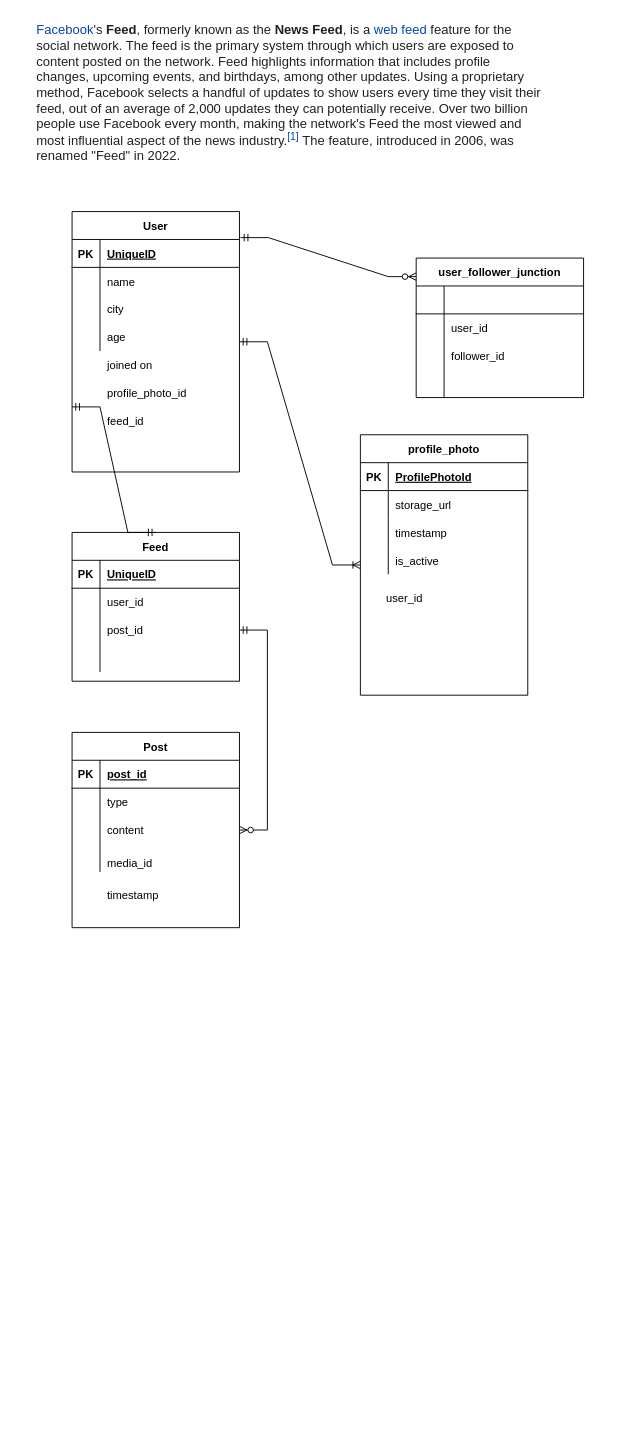
Before: Facebook Newsfeed 1.drawio in rajdeepd/draw_io, a draw.io diagram. Source tidied: cells renumbered, new cells numbered last; positions are measured from the earlier drawing's top-left corner, leaving out a move shared by most shapes. Both pictures are drawn from the tidied source at 93%, with x=0, y=0 at pixel (34, 16).
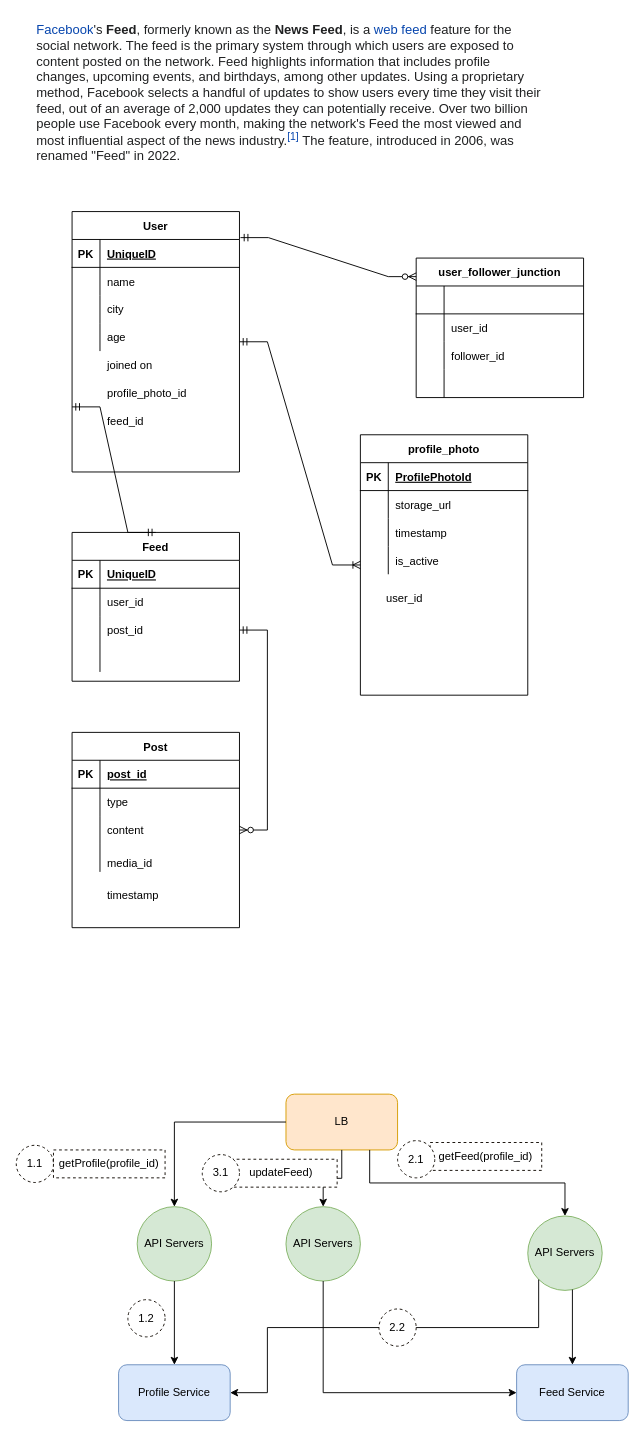
After the change.

What changed in the source:
```diff
@@
+    <mxCell id="78" value="LB" style="rounded=1;whiteSpace=wrap;html=1;fillColor=#ffe6cc;strokeColor=#d79b00;" parent="1" vertex="1">
+      <mxGeometry x="270" y="1159" width="120" height="60" as="geometry" />
+    </mxCell>
+    <mxCell id="79" value="API Servers" style="ellipse;whiteSpace=wrap;html=1;fillColor=#d5e8d4;strokeColor=#82b366;" parent="1" vertex="1">
+      <mxGeometry x="110" y="1280" width="80" height="80" as="geometry" />
+    </mxCell>
+    <mxCell id="80" value="API Servers" style="ellipse;whiteSpace=wrap;html=1;fillColor=#d5e8d4;strokeColor=#82b366;" parent="1" vertex="1">
+      <mxGeometry x="270" y="1280" width="80" height="80" as="geometry" />
+    </mxCell>
+    <mxCell id="81" value="API Servers" style="ellipse;whiteSpace=wrap;html=1;fillColor=#d5e8d4;strokeColor=#82b366;" parent="1" vertex="1">
+      <mxGeometry x="530" y="1290" width="80" height="80" as="geometry" />
+    </mxCell>
+    <mxCell id="82" style="endArrow=classic;html=1;rounded=0;entryX=0.5;entryY=0;entryDx=0;entryDy=0;edgeStyle=orthogonalEdgeStyle;" parent="1" edge="1" source="78" target="79">
+      <mxGeometry relative="1" as="geometry" />
+    </mxCell>
+    <mxCell id="83" style="endArrow=classic;html=1;rounded=0;edgeStyle=orthogonalEdgeStyle;" parent="1" edge="1" source="78" target="80">
+      <mxGeometry relative="1" as="geometry" />
+    </mxCell>
+    <mxCell id="84" style="endArrow=classic;html=1;rounded=0;entryX=0.5;entryY=0;entryDx=0;entryDy=0;exitX=0.75;exitY=1;exitDx=0;exitDy=0;edgeStyle=orthogonalEdgeStyle;" parent="1" edge="1" source="78" target="81">
+      <mxGeometry relative="1" as="geometry" />
+    </mxCell>
+    <mxCell id="85" value="Feed Service" style="rounded=1;whiteSpace=wrap;html=1;fillColor=#dae8fc;strokeColor=#6c8ebf;" parent="1" vertex="1">
+      <mxGeometry x="518" y="1450" width="120" height="60" as="geometry" />
+    </mxCell>
+    <mxCell id="86" value="Profile Service" style="rounded=1;whiteSpace=wrap;html=1;fillColor=#dae8fc;strokeColor=#6c8ebf;" parent="1" vertex="1">
+      <mxGeometry x="90" y="1450" width="120" height="60" as="geometry" />
+    </mxCell>
+    <mxCell id="87" value="getProfile(profile_id)" style="text;html=1;strokeColor=#0F0800;fillColor=#FFFFFF;align=center;verticalAlign=middle;whiteSpace=wrap;rounded=0;shadow=0;dashed=1;" parent="1" vertex="1">
+      <mxGeometry x="20" y="1219" width="120" height="30" as="geometry" />
+    </mxCell>
+    <mxCell id="88" value="getFeed(profile_id)" style="text;html=1;strokeColor=#0F0800;fillColor=#FFFFFF;align=center;verticalAlign=middle;whiteSpace=wrap;rounded=0;shadow=0;dashed=1;" parent="1" vertex="1">
+      <mxGeometry x="425" y="1211" width="120" height="30" as="geometry" />
+    </mxCell>
+    <mxCell id="89" style="endArrow=classic;html=1;rounded=0;exitX=0.6;exitY=0.988;exitDx=0;exitDy=0;exitPerimeter=0;entryX=0.5;entryY=0;entryDx=0;entryDy=0;edgeStyle=orthogonalEdgeStyle;" parent="1" edge="1" source="81" target="85">
+      <mxGeometry relative="1" as="geometry" />
+    </mxCell>
+    <mxCell id="90" style="endArrow=classic;html=1;rounded=0;exitX=0;exitY=1;exitDx=0;exitDy=0;edgeStyle=orthogonalEdgeStyle;entryX=1;entryY=0.5;entryDx=0;entryDy=0;" parent="1" edge="1" source="81" target="86">
+      <mxGeometry relative="1" as="geometry">
+        <Array as="points">
+          <mxPoint x="542" y="1410" />
+          <mxPoint x="250" y="1410" />
+          <mxPoint x="250" y="1480" />
+        </Array>
+      </mxGeometry>
+    </mxCell>
+    <mxCell id="91" style="endArrow=classic;html=1;rounded=0;edgeStyle=orthogonalEdgeStyle;" parent="1" edge="1" source="79" target="86">
+      <mxGeometry relative="1" as="geometry" />
+    </mxCell>
+    <mxCell id="92" value="1.1" style="ellipse;whiteSpace=wrap;html=1;shadow=0;dashed=1;strokeColor=#0F0800;fillColor=#FFFFFF;" parent="1" vertex="1">
+      <mxGeometry x="-20" y="1214" width="40" height="40" as="geometry" />
+    </mxCell>
+    <mxCell id="93" value="1.2" style="ellipse;whiteSpace=wrap;html=1;shadow=0;dashed=1;strokeColor=#0F0800;fillColor=#FFFFFF;" parent="1" vertex="1">
+      <mxGeometry x="100" y="1380" width="40" height="40" as="geometry" />
+    </mxCell>
+    <mxCell id="94" value="2.1" style="ellipse;whiteSpace=wrap;html=1;shadow=0;dashed=1;strokeColor=#0F0800;fillColor=#FFFFFF;" parent="1" vertex="1">
+      <mxGeometry x="390" y="1209" width="40" height="40" as="geometry" />
+    </mxCell>
+    <mxCell id="95" value="2.2" style="ellipse;whiteSpace=wrap;html=1;shadow=0;dashed=1;strokeColor=#0F0800;fillColor=#FFFFFF;" parent="1" vertex="1">
+      <mxGeometry x="370" y="1390" width="40" height="40" as="geometry" />
+    </mxCell>
+    <mxCell id="96" value="updateFeed)" style="text;html=1;strokeColor=#0F0800;fillColor=#FFFFFF;align=center;verticalAlign=middle;whiteSpace=wrap;rounded=0;shadow=0;dashed=1;" parent="1" vertex="1">
+      <mxGeometry x="205" y="1229" width="120" height="30" as="geometry" />
+    </mxCell>
+    <mxCell id="97" style="endArrow=classic;html=1;rounded=0;edgeStyle=orthogonalEdgeStyle;exitX=0.5;exitY=1;exitDx=0;exitDy=0;" parent="1" edge="1" source="80" target="85">
+      <mxGeometry relative="1" as="geometry">
+        <Array as="points">
+          <mxPoint x="310" y="1480" />
+        </Array>
+      </mxGeometry>
+    </mxCell>
+    <mxCell id="98" value="3.1" style="ellipse;whiteSpace=wrap;html=1;shadow=0;dashed=1;strokeColor=#0F0800;fillColor=#FFFFFF;" parent="1" vertex="1">
+      <mxGeometry x="180" y="1224" width="40" height="40" as="geometry" />
+    </mxCell>
```
